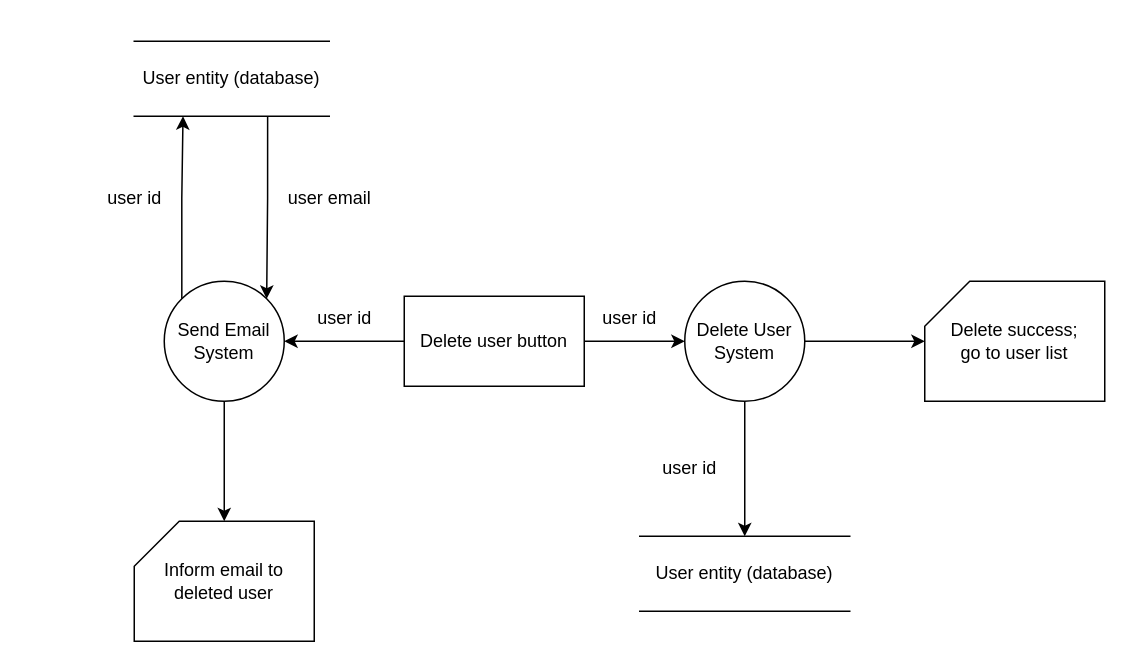
Before: DFD/Admin/AdminDeleteUser.drawio in DonaldLamNL/buzzer, a draw.io diagram. Source tidied: cells renumbered, new cells numbered last; positions are measured from the earlier drawing's top-left corner, leaving out a move shared by most shapes. Both pictures are drawn from the tidied source at 150%, with x=0, y=0 at pixel (88, 40).
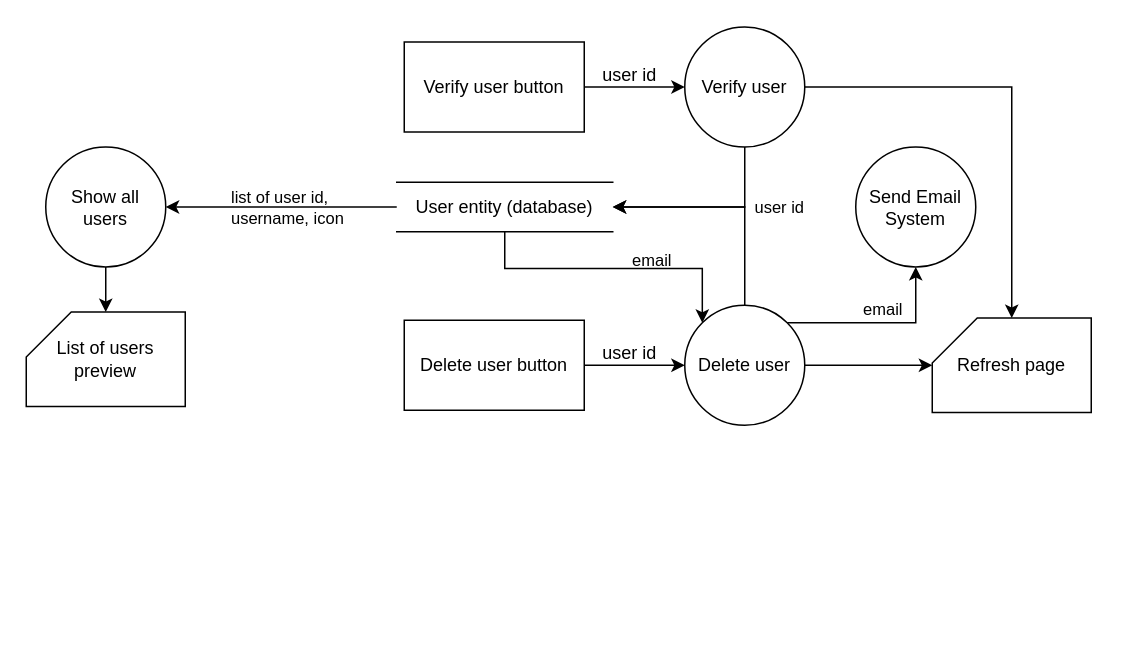
The same diagram, later.

What changed in the source:
```diff
@@
-    <mxCell id="2" style="edgeStyle=orthogonalEdgeStyle;rounded=0;jettySize=auto;html=1;exitX=0;exitY=0;exitDx=0;exitDy=0;entryX=0.25;entryY=1;entryDx=0;entryDy=0;" parent="1" edge="1" source="6" target="8">
-      <mxGeometry relative="1" as="geometry" />
-    </mxCell>
-    <mxCell id="3" style="edgeStyle=orthogonalEdgeStyle;rounded=0;jettySize=auto;html=1;entryX=1;entryY=0;entryDx=0;entryDy=0;exitX=0.684;exitY=1.001;exitDx=0;exitDy=0;exitPerimeter=0;" parent="1" edge="1" source="8" target="6">
-      <mxGeometry relative="1" as="geometry" />
-    </mxCell>
@@
-    <mxCell id="5" style="edgeStyle=orthogonalEdgeStyle;rounded=0;jettySize=auto;html=1;exitX=0.5;exitY=1;exitDx=0;exitDy=0;" parent="1" edge="1" source="6" target="15">
-      <mxGeometry relative="1" as="geometry" />
-    </mxCell>
     <mxCell id="6" value="Send Email System" style="ellipse;whiteSpace=wrap;html=1;" parent="1" vertex="1">
-      <mxGeometry x="50" y="160" width="80" height="80" as="geometry" />
+      <mxGeometry x="511" y="70.5" width="80" height="80" as="geometry" />
     </mxCell>
-    <mxCell id="7" value="Delete success;&lt;br&gt;go to user list" style="shape=card;whiteSpace=wrap;html=1;" parent="1" vertex="1">
-      <mxGeometry x="557" y="160" width="120" height="80" as="geometry" />
+    <mxCell id="7" value="Refresh page" style="shape=card;whiteSpace=wrap;html=1;" parent="1" vertex="1">
+      <mxGeometry x="562" y="184.5" width="106" height="63" as="geometry" />
     </mxCell>
-    <mxCell id="8" value="User entity (database)" style="shape=partialRectangle;whiteSpace=wrap;html=1;left=0;right=0;fillColor=none;rounded=0;strokeColor=default;fontFamily=Helvetica;fontSize=12;fontColor=default;" parent="1" vertex="1">
-      <mxGeometry x="30" width="130" height="50" as="geometry" />
-    </mxCell>
-    <mxCell id="9" value="user id" style="text;html=1;align=center;verticalAlign=middle;strokeColor=none;fillColor=none;" parent="1" vertex="1">
-      <mxGeometry y="90" width="60" height="30" as="geometry" />
-    </mxCell>
-    <mxCell id="10" value="user email" style="text;html=1;align=center;verticalAlign=middle;strokeColor=none;fillColor=none;" parent="1" vertex="1">
-      <mxGeometry x="120" y="90" width="80" height="30" as="geometry" />
-    </mxCell>
@@
-    <mxCell id="12" style="edgeStyle=orthogonalEdgeStyle;rounded=0;jettySize=auto;html=1;exitX=0.5;exitY=1;exitDx=0;exitDy=0;" parent="1" edge="1" source="13" target="17">
+    <mxCell id="12" style="edgeStyle=orthogonalEdgeStyle;rounded=0;jettySize=auto;html=1;exitX=0.5;exitY=0;exitDx=0;exitDy=0;entryX=1;entryY=0.5;entryDx=0;entryDy=0;fontSize=11;" parent="1" edge="1" source="13" target="17">
       <mxGeometry relative="1" as="geometry" />
     </mxCell>
+    <mxCell id="21" style="edgeStyle=orthogonalEdgeStyle;rounded=0;jettySize=auto;html=1;exitX=1;exitY=0;exitDx=0;exitDy=0;entryX=0.5;entryY=1;entryDx=0;entryDy=0;fontSize=11;" parent="1" edge="1" source="13" target="6">
+      <mxGeometry relative="1" as="geometry" />
+    </mxCell>
-    <mxCell id="13" value="Delete User&lt;br&gt;System" style="ellipse;whiteSpace=wrap;html=1;" parent="1" vertex="1">
-      <mxGeometry x="397" y="160" width="80" height="80" as="geometry" />
+    <mxCell id="13" value="Delete user" style="ellipse;whiteSpace=wrap;html=1;" parent="1" vertex="1">
+      <mxGeometry x="397" y="176" width="80" height="80" as="geometry" />
     </mxCell>
     <mxCell id="14" value="user id" style="text;html=1;align=center;verticalAlign=middle;strokeColor=none;fillColor=none;" parent="1" vertex="1">
-      <mxGeometry x="330" y="170" width="60" height="30" as="geometry" />
+      <mxGeometry x="330" y="193" width="60" height="30" as="geometry" />
     </mxCell>
-    <mxCell id="15" value="Inform email to deleted user" style="shape=card;whiteSpace=wrap;html=1;" parent="1" vertex="1">
-      <mxGeometry x="30" y="320" width="120" height="80" as="geometry" />
-    </mxCell>
-    <mxCell id="16" value="user id" style="text;html=1;align=center;verticalAlign=middle;strokeColor=none;fillColor=none;" parent="1" vertex="1">
-      <mxGeometry x="140" y="170" width="60" height="30" as="geometry" />
-    </mxCell>
+    <mxCell id="22" style="edgeStyle=orthogonalEdgeStyle;rounded=0;jettySize=auto;html=1;fontSize=11;" parent="1" edge="1" source="17" target="28">
+      <mxGeometry relative="1" as="geometry" />
+    </mxCell>
+    <mxCell id="23" style="edgeStyle=orthogonalEdgeStyle;rounded=0;jettySize=auto;html=1;exitX=0.5;exitY=1;exitDx=0;exitDy=0;entryX=0;entryY=0;entryDx=0;entryDy=0;fontSize=11;" parent="1" edge="1" source="17" target="13">
+      <mxGeometry relative="1" as="geometry" />
+    </mxCell>
     <mxCell id="17" value="User entity (database)" style="shape=partialRectangle;whiteSpace=wrap;html=1;left=0;right=0;fillColor=none;rounded=0;strokeColor=default;fontFamily=Helvetica;fontSize=12;fontColor=default;" parent="1" vertex="1">
-      <mxGeometry x="367" y="330" width="140" height="50" as="geometry" />
+      <mxGeometry x="205" y="94" width="144" height="33" as="geometry" />
     </mxCell>
-    <mxCell id="18" value="user id" style="text;html=1;align=center;verticalAlign=middle;strokeColor=none;fillColor=none;" parent="1" vertex="1">
-      <mxGeometry x="370" y="270" width="60" height="30" as="geometry" />
-    </mxCell>
-    <mxCell id="19" style="edgeStyle=orthogonalEdgeStyle;rounded=0;jettySize=auto;html=1;exitX=0;exitY=0.5;exitDx=0;exitDy=0;entryX=1;entryY=0.5;entryDx=0;entryDy=0;" parent="1" edge="1" source="20" target="6">
-      <mxGeometry relative="1" as="geometry" />
-    </mxCell>
     <mxCell id="20" value="Delete user button" style="rounded=0;whiteSpace=wrap;html=1;" parent="1" vertex="1">
-      <mxGeometry x="210" y="170" width="120" height="60" as="geometry" />
+      <mxGeometry x="210" y="186" width="120" height="60" as="geometry" />
     </mxCell>
+    <mxCell id="24" style="edgeStyle=orthogonalEdgeStyle;rounded=0;orthogonalLoop=1;jettySize=auto;html=1;exitX=0.5;exitY=1;exitDx=0;exitDy=0;fontSize=11;" parent="1" edge="1" source="17" target="17">
+      <mxGeometry relative="1" as="geometry" />
+    </mxCell>
+    <mxCell id="25" value="email" style="text;html=1;align=center;verticalAlign=middle;strokeColor=none;fillColor=none;fontSize=11;" parent="1" vertex="1">
+      <mxGeometry x="353" y="133" width="44" height="25" as="geometry" />
+    </mxCell>
+    <mxCell id="26" value="List of users preview" style="shape=card;whiteSpace=wrap;html=1;" parent="1" vertex="1">
+      <mxGeometry x="-42" y="180.5" width="106" height="63" as="geometry" />
+    </mxCell>
+    <mxCell id="27" style="edgeStyle=orthogonalEdgeStyle;rounded=0;jettySize=auto;html=1;exitX=0.5;exitY=1;exitDx=0;exitDy=0;entryX=0.5;entryY=0;entryDx=0;entryDy=0;entryPerimeter=0;fontSize=11;" parent="1" edge="1" source="28" target="26">
+      <mxGeometry relative="1" as="geometry" />
+    </mxCell>
+    <mxCell id="28" value="Show all users" style="ellipse;whiteSpace=wrap;html=1;" parent="1" vertex="1">
+      <mxGeometry x="-29" y="70.5" width="80" height="80" as="geometry" />
+    </mxCell>
+    <mxCell id="29" value="list of user id, &lt;br&gt;username, icon" style="text;html=1;align=left;verticalAlign=middle;strokeColor=none;fillColor=none;fontSize=11;" parent="1" vertex="1">
+      <mxGeometry x="93" y="91.5" width="93" height="38" as="geometry" />
+    </mxCell>
+    <mxCell id="30" value="email" style="text;html=1;align=center;verticalAlign=middle;strokeColor=none;fillColor=none;fontSize=11;" parent="1" vertex="1">
+      <mxGeometry x="507" y="166" width="44" height="25" as="geometry" />
+    </mxCell>
+    <mxCell id="31" style="edgeStyle=orthogonalEdgeStyle;rounded=0;jettySize=auto;html=1;exitX=1;exitY=0.5;exitDx=0;exitDy=0;entryX=0;entryY=0.5;entryDx=0;entryDy=0;fontSize=11;" parent="1" edge="1" source="32" target="35">
+      <mxGeometry relative="1" as="geometry" />
+    </mxCell>
+    <mxCell id="32" value="Verify user button" style="rounded=0;whiteSpace=wrap;html=1;" parent="1" vertex="1">
+      <mxGeometry x="210" y="0.5" width="120" height="60" as="geometry" />
+    </mxCell>
+    <mxCell id="33" style="edgeStyle=orthogonalEdgeStyle;rounded=0;jettySize=auto;html=1;exitX=0.5;exitY=1;exitDx=0;exitDy=0;entryX=1;entryY=0.5;entryDx=0;entryDy=0;fontSize=11;" parent="1" edge="1" source="35" target="17">
+      <mxGeometry relative="1" as="geometry" />
+    </mxCell>
+    <mxCell id="34" style="edgeStyle=orthogonalEdgeStyle;rounded=0;jettySize=auto;html=1;exitX=1;exitY=0.5;exitDx=0;exitDy=0;entryX=0.5;entryY=0;entryDx=0;entryDy=0;entryPerimeter=0;fontSize=11;" parent="1" edge="1" source="35" target="7">
+      <mxGeometry relative="1" as="geometry" />
+    </mxCell>
+    <mxCell id="35" value="Verify user" style="ellipse;whiteSpace=wrap;html=1;" parent="1" vertex="1">
+      <mxGeometry x="397" y="-9.5" width="80" height="80" as="geometry" />
+    </mxCell>
+    <mxCell id="36" value="user id" style="text;html=1;align=center;verticalAlign=middle;strokeColor=none;fillColor=none;fontSize=11;" parent="1" vertex="1">
+      <mxGeometry x="434" y="98" width="51" height="25" as="geometry" />
+    </mxCell>
+    <mxCell id="37" value="user id" style="text;html=1;align=center;verticalAlign=middle;strokeColor=none;fillColor=none;" parent="1" vertex="1">
+      <mxGeometry x="330" y="8" width="60" height="30" as="geometry" />
+    </mxCell>
```
